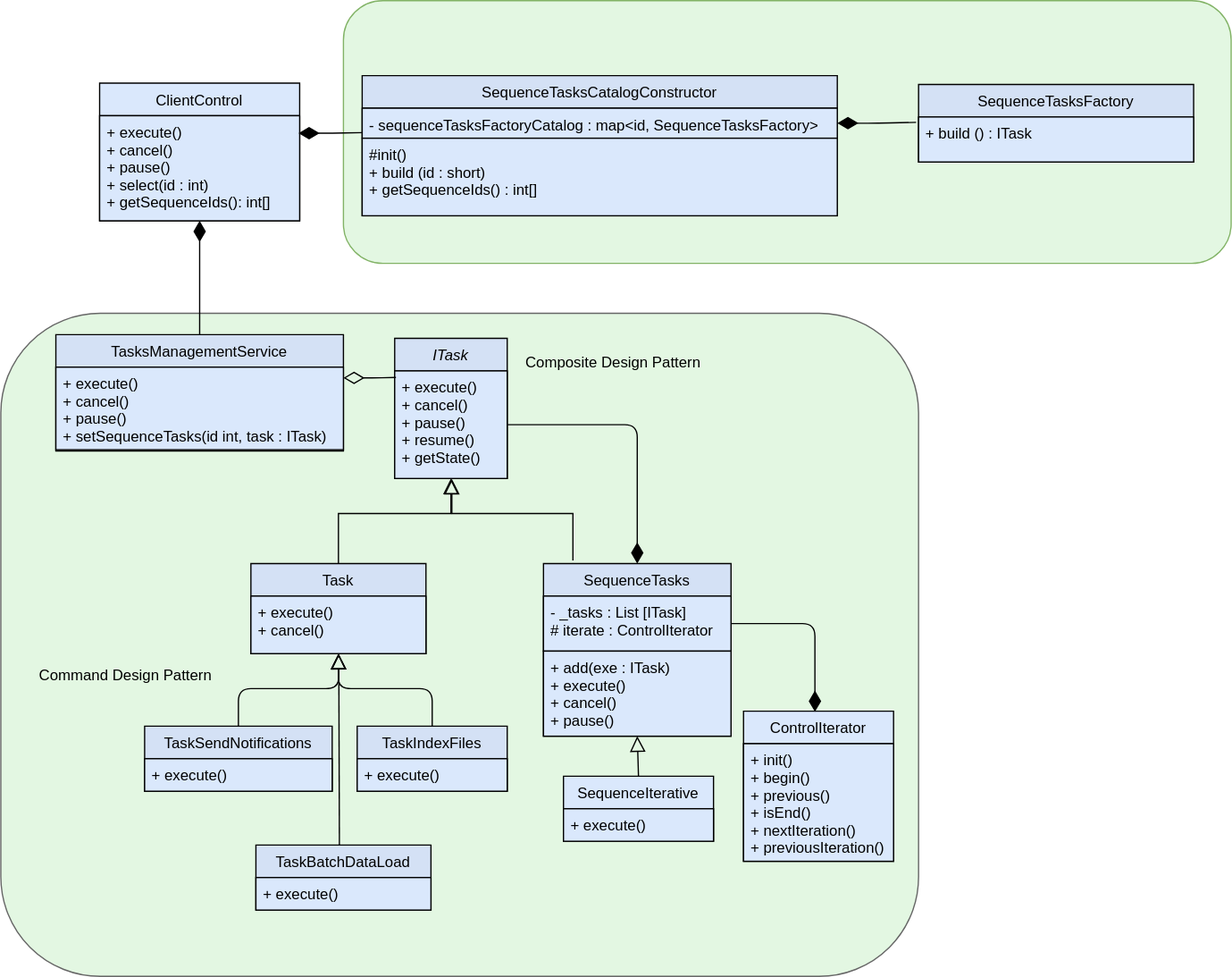
cguz/task-management-service keeps this draw.io diagram as design/TaskManagementService.svg. Above is the earlier version. Source tidied: cells renumbered, new cells last; positions are measured from the earlier drawing's top-left corner, leaving out a move shared by most shapes.
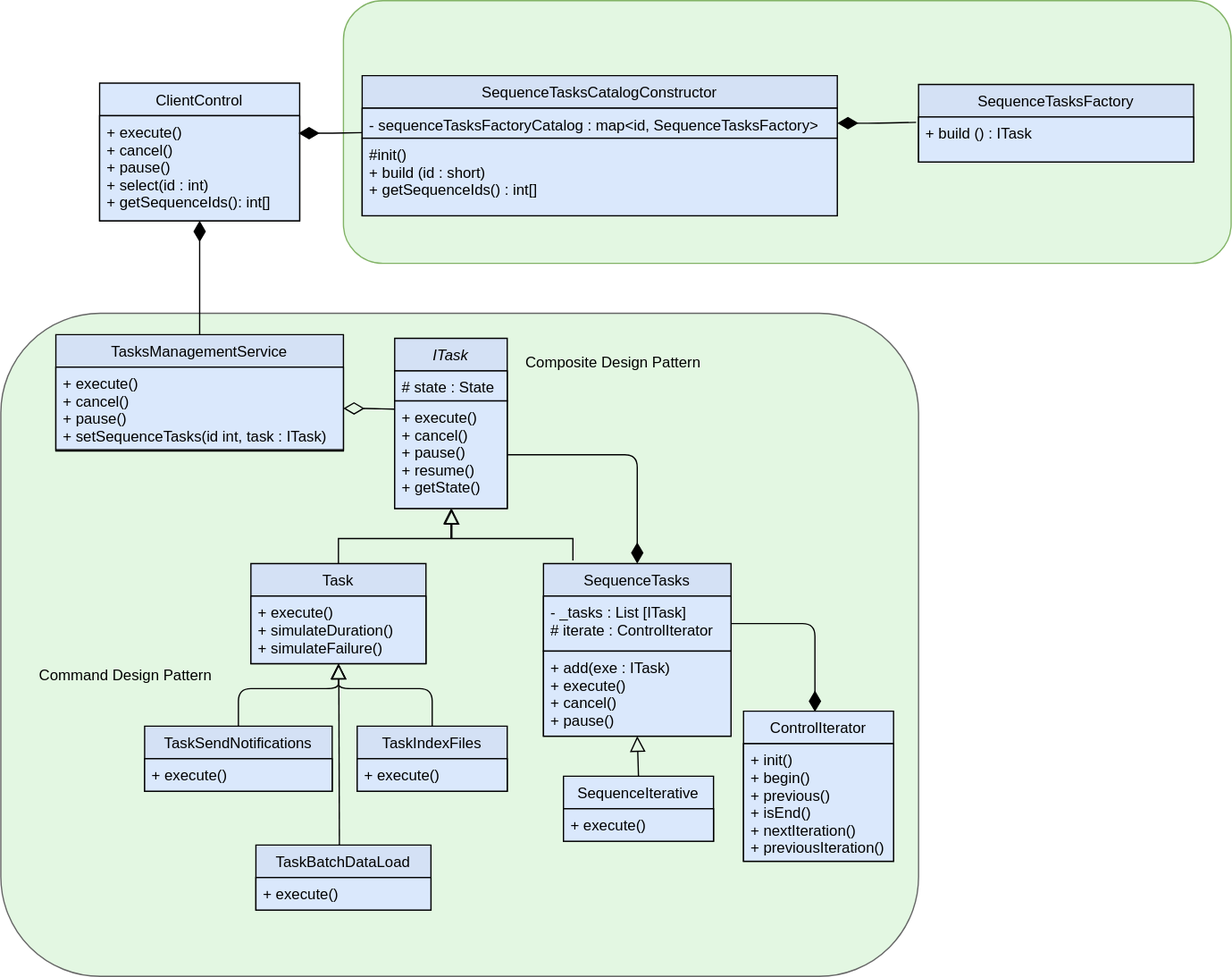
After the commit.

Change to the diagram source:
```diff
@@ -9,21 +9,24 @@
       <mxGeometry x="274" width="710" height="210" as="geometry" />
     </mxCell>
     <mxCell id="4" value="ITask" style="swimlane;fontStyle=2;align=center;verticalAlign=top;horizontal=1;startSize=26;rounded=0;shadow=0;strokeWidth=1;fillColor=#D4E1F5;" parent="1" vertex="1">
-      <mxGeometry x="315" y="270" width="90" height="112" as="geometry" />
+      <mxGeometry x="315" y="270" width="90" height="136" as="geometry" />
     </mxCell>
+    <mxCell id="44" value="# state : State" style="text;align=left;verticalAlign=top;spacingLeft=4;spacingRight=4;overflow=hidden;fontStyle=0;fillColor=#dae8fc;strokeColor=#000000;" parent="4" vertex="1">
+      <mxGeometry y="26" width="90" height="24" as="geometry" />
+    </mxCell>
     <mxCell id="5" value="+ execute()&#10;+ cancel()&#10;+ pause()&#10;+ resume()&#10;+ getState()" style="text;align=left;verticalAlign=top;spacingLeft=4;spacingRight=4;overflow=hidden;points=[[0,0.5],[1,0.5]];portConstraint=eastwest;fillColor=#dae8fc;strokeColor=#000000;" parent="4" vertex="1">
-      <mxGeometry y="26" width="90" height="86" as="geometry" />
+      <mxGeometry y="50" width="90" height="86" as="geometry" />
     </mxCell>
     <mxCell id="6" value="Task" style="swimlane;fontStyle=0;align=center;verticalAlign=top;horizontal=1;startSize=26;rounded=0;shadow=0;strokeWidth=1;fillColor=#D4E1F5;" parent="1" vertex="1">
-      <mxGeometry x="200" y="450" width="140" height="72" as="geometry" />
+      <mxGeometry x="200" y="450" width="140" height="80" as="geometry" />
     </mxCell>
-    <mxCell id="7" value="+ execute()&#10;+ cancel()" style="text;align=left;verticalAlign=top;spacingLeft=4;spacingRight=4;overflow=hidden;points=[[0,0.5],[1,0.5]];portConstraint=eastwest;fontStyle=0;fillColor=#dae8fc;strokeColor=#000000;" parent="6" vertex="1">
-      <mxGeometry y="26" width="140" height="46" as="geometry" />
+    <mxCell id="7" value="+ execute()&#10;+ simulateDuration()&#10;+ simulateFailure()" style="text;align=left;verticalAlign=top;spacingLeft=4;spacingRight=4;overflow=hidden;points=[[0,0.5],[1,0.5]];portConstraint=eastwest;fontStyle=0;fillColor=#dae8fc;strokeColor=#000000;" parent="6" vertex="1">
+      <mxGeometry y="26" width="140" height="54" as="geometry" />
     </mxCell>
     <mxCell id="8" style="endArrow=block;endSize=10;endFill=0;shadow=0;strokeWidth=1;rounded=0;edgeStyle=elbowEdgeStyle;elbow=vertical;" parent="1" edge="1" source="6" target="4">
       <mxGeometry relative="1" as="geometry">
         <Array as="points">
-          <mxPoint x="270" y="410" />
+          <mxPoint x="270" y="430" />
         </Array>
       </mxGeometry>
     </mxCell>
@@ -97,7 +100,7 @@
     <mxCell id="28" value="+ execute()&#10;+ cancel()&#10;+ pause()&#10;+ setSequenceTasks(id int, task : ITask)" style="text;align=left;verticalAlign=top;spacingLeft=4;spacingRight=4;overflow=hidden;points=[[0,0.5],[1,0.5]];portConstraint=eastwest;fillColor=#dae8fc;strokeColor=#000000;" parent="27" vertex="1">
       <mxGeometry y="26" width="230" height="66" as="geometry" />
     </mxCell>
-    <mxCell id="29" style="endArrow=none;html=1;endSize=12;startArrow=diamondThin;startSize=14;startFill=0;edgeStyle=orthogonalEdgeStyle;align=left;verticalAlign=bottom;exitX=1;exitY=0.13;exitDx=0;exitDy=0;exitPerimeter=0;entryX=0.011;entryY=0.061;entryDx=0;entryDy=0;entryPerimeter=0;endFill=0;" parent="1" edge="1" source="28" target="5">
+    <mxCell id="29" style="endArrow=none;html=1;endSize=12;startArrow=diamondThin;startSize=14;startFill=0;edgeStyle=orthogonalEdgeStyle;align=left;verticalAlign=bottom;entryX=0;entryY=0.077;entryDx=0;entryDy=0;entryPerimeter=0;endFill=0;" parent="1" edge="1" source="28" target="5">
       <mxGeometry x="-1" y="3" relative="1" as="geometry" />
     </mxCell>
     <mxCell id="30" value="ClientControl" style="swimlane;fontStyle=0;align=center;verticalAlign=top;horizontal=1;startSize=26;rounded=0;shadow=0;strokeWidth=1;fillColor=#dae8fc;" parent="1" vertex="1">
@@ -133,7 +136,7 @@
     <mxCell id="40" style="endArrow=block;endSize=10;endFill=0;shadow=0;strokeWidth=1;rounded=0;edgeStyle=elbowEdgeStyle;elbow=vertical;exitX=0.157;exitY=-0.018;exitDx=0;exitDy=0;exitPerimeter=0;entryX=0.508;entryY=1.003;entryDx=0;entryDy=0;entryPerimeter=0;" parent="1" edge="1" source="14" target="5">
       <mxGeometry relative="1" as="geometry">
         <Array as="points">
-          <mxPoint x="420" y="410" />
+          <mxPoint x="404" y="430" />
         </Array>
       </mxGeometry>
     </mxCell>
```
